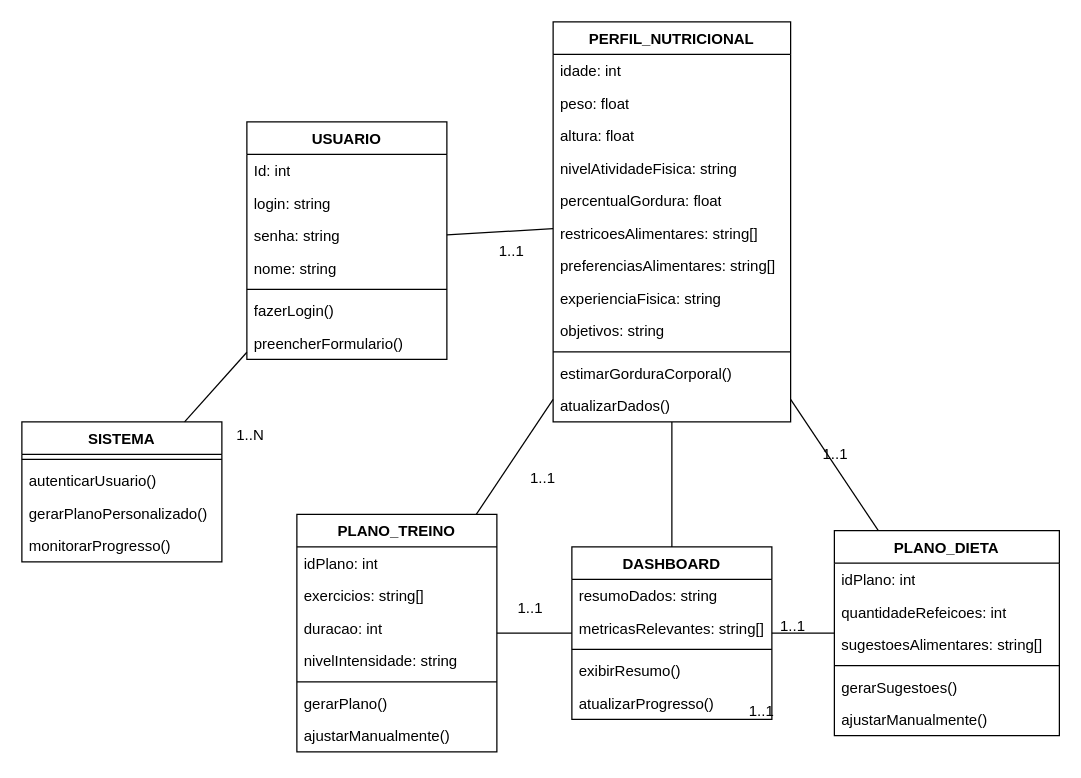
MarcosWillianAP1K/Diagramas_de_eng_2 keeps this draw.io diagram as Diagrama_de_classes.drawio. Above is the earlier version. Source tidied: cells renumbered, new cells numbered last; positions are measured from the earlier drawing's top-left corner, leaving out a move shared by most shapes. Both pictures are drawn from the tidied source at 125%, with x=0, y=0 at pixel (21, 21).
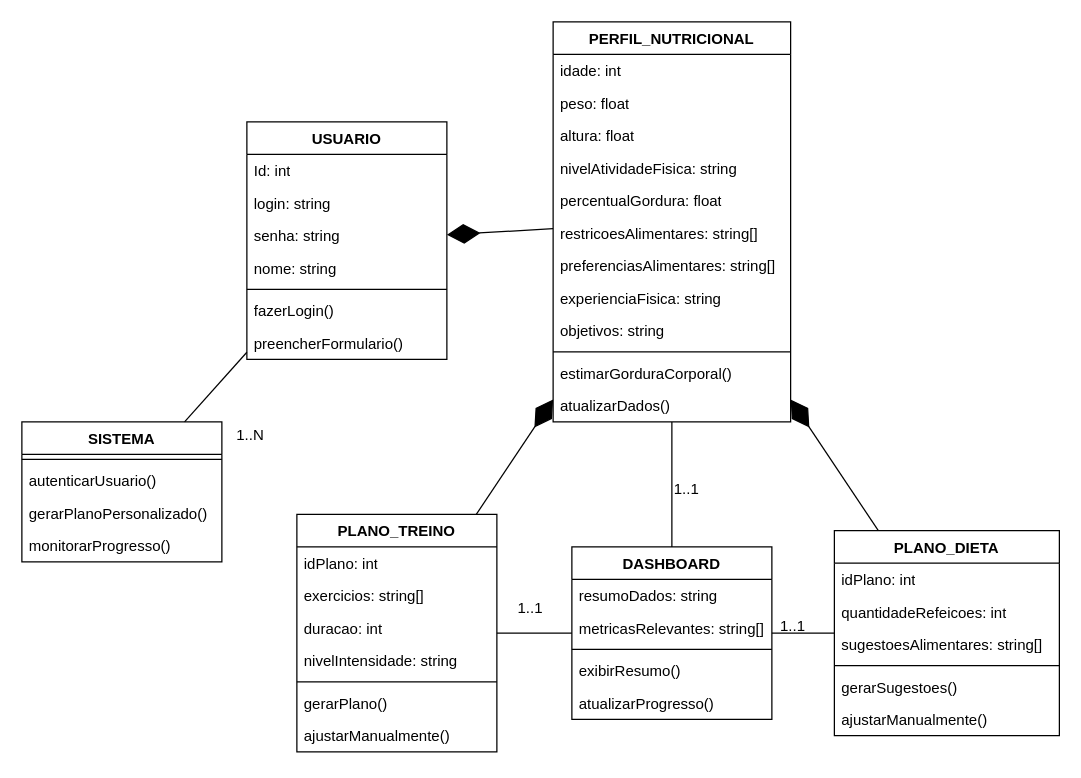
The same diagram, later.

Unchanged cells that the change refers to:
```xml
<mxCell id="2" value="USUARIO" style="swimlane;fontStyle=1;align=center;verticalAlign=top;horizontal=1;startSize=26;whiteSpace=wrap;html=1;" parent="1" vertex="1">
  <mxGeometry x="180" y="80" width="160" height="190" as="geometry" />
</mxCell>
<mxCell id="10" value="PERFIL_NUTRICIONAL" style="swimlane;fontStyle=1;align=center;verticalAlign=top;horizontal=1;startSize=26;whiteSpace=wrap;html=1;" parent="1" vertex="1">
  <mxGeometry x="425" width="190" height="320" as="geometry" />
</mxCell>
<mxCell id="23" value="PLANO_DIETA" style="swimlane;fontStyle=1;align=center;verticalAlign=top;horizontal=1;startSize=26;whiteSpace=wrap;html=1;" parent="1" vertex="1">
  <mxGeometry x="650" y="407" width="180" height="164" as="geometry" />
</mxCell>
<mxCell id="41" value="PLANO_TREINO" style="swimlane;fontStyle=1;align=center;verticalAlign=top;horizontal=1;startSize=26;whiteSpace=wrap;html=1;" parent="1" vertex="1">
  <mxGeometry x="220" y="394" width="160" height="190" as="geometry" />
</mxCell>
<mxCell id="65" style="endArrow=none;html=1;rounded=0;align=center;verticalAlign=top;endFill=0;labelBackgroundColor=none;" parent="1" edge="1" source="35" target="23">
  <mxGeometry relative="1" as="geometry" />
</mxCell>
```

Change to the diagram source:
```diff
@@
-    <mxCell id="49" style="endArrow=none;html=1;rounded=0;align=center;verticalAlign=top;endFill=0;labelBackgroundColor=none;" parent="1" edge="1" source="2" target="10">
-      <mxGeometry relative="1" as="geometry" />
-    </mxCell>
-    <mxCell id="50" style="html=1;align=left;verticalAlign=bottom;labelBackgroundColor=none;" parent="49" vertex="1">
-      <mxGeometry x="-1" relative="1" as="geometry" />
-    </mxCell>
-    <mxCell id="51" value="1..1" style="html=1;align=left;verticalAlign=top;labelBackgroundColor=none;" parent="49" vertex="1">
-      <mxGeometry x="-1" relative="1" as="geometry">
-        <mxPoint x="40" as="offset" />
-      </mxGeometry>
-    </mxCell>
-    <mxCell id="52" style="html=1;align=right;verticalAlign=bottom;labelBackgroundColor=none;" parent="49" vertex="1">
-      <mxGeometry x="1" relative="1" as="geometry" />
-    </mxCell>
-    <mxCell id="53" style="endArrow=none;html=1;rounded=0;align=center;verticalAlign=top;endFill=0;labelBackgroundColor=none;" parent="1" edge="1" source="10" target="23">
-      <mxGeometry relative="1" as="geometry" />
-    </mxCell>
-    <mxCell id="54" style="html=1;align=left;verticalAlign=bottom;labelBackgroundColor=none;" parent="53" vertex="1">
-      <mxGeometry x="-1" relative="1" as="geometry" />
-    </mxCell>
-    <mxCell id="55" value="1..1" style="html=1;align=left;verticalAlign=top;labelBackgroundColor=none;" parent="53" vertex="1">
-      <mxGeometry x="-1" relative="1" as="geometry">
-        <mxPoint x="24" y="30" as="offset" />
-      </mxGeometry>
-    </mxCell>
-    <mxCell id="56" style="html=1;align=right;verticalAlign=bottom;labelBackgroundColor=none;" parent="53" vertex="1">
-      <mxGeometry x="1" relative="1" as="geometry" />
-    </mxCell>
-    <mxCell id="57" style="endArrow=none;html=1;rounded=0;align=center;verticalAlign=top;endFill=0;labelBackgroundColor=none;" parent="1" edge="1" source="10" target="41">
-      <mxGeometry relative="1" as="geometry" />
-    </mxCell>
-    <mxCell id="58" style="html=1;align=left;verticalAlign=bottom;labelBackgroundColor=none;" parent="57" vertex="1">
-      <mxGeometry x="-1" relative="1" as="geometry" />
-    </mxCell>
-    <mxCell id="59" value="1..1" style="html=1;align=left;verticalAlign=top;labelBackgroundColor=none;" parent="57" vertex="1">
-      <mxGeometry x="-1" relative="1" as="geometry">
-        <mxPoint x="-20" y="49" as="offset" />
-      </mxGeometry>
-    </mxCell>
-    <mxCell id="60" style="html=1;align=right;verticalAlign=bottom;labelBackgroundColor=none;" parent="57" vertex="1">
-      <mxGeometry x="1" relative="1" as="geometry" />
-    </mxCell>
@@
     <mxCell id="67" value="1..1" style="html=1;align=left;verticalAlign=top;labelBackgroundColor=none;" parent="65" vertex="1">
       <mxGeometry x="-1" relative="1" as="geometry">
-        <mxPoint x="-20" y="49" as="offset" />
+        <mxPoint x="-80" y="-129" as="offset" />
       </mxGeometry>
     </mxCell>
@@
+    <mxCell id="77" style="endArrow=diamondThin;endFill=1;endSize=24;html=1;" parent="1" edge="1" source="10" target="2">
+      <mxGeometry relative="1" as="geometry" />
+    </mxCell>
+    <mxCell id="78" style="endArrow=diamondThin;endFill=1;endSize=24;html=1;fontStyle=1;" parent="1" edge="1" source="41" target="10">
+      <mxGeometry relative="1" as="geometry" />
+    </mxCell>
+    <mxCell id="79" style="endArrow=diamondThin;endFill=1;endSize=24;html=1;" parent="1" edge="1" source="23" target="10">
+      <mxGeometry relative="1" as="geometry" />
+    </mxCell>
```
